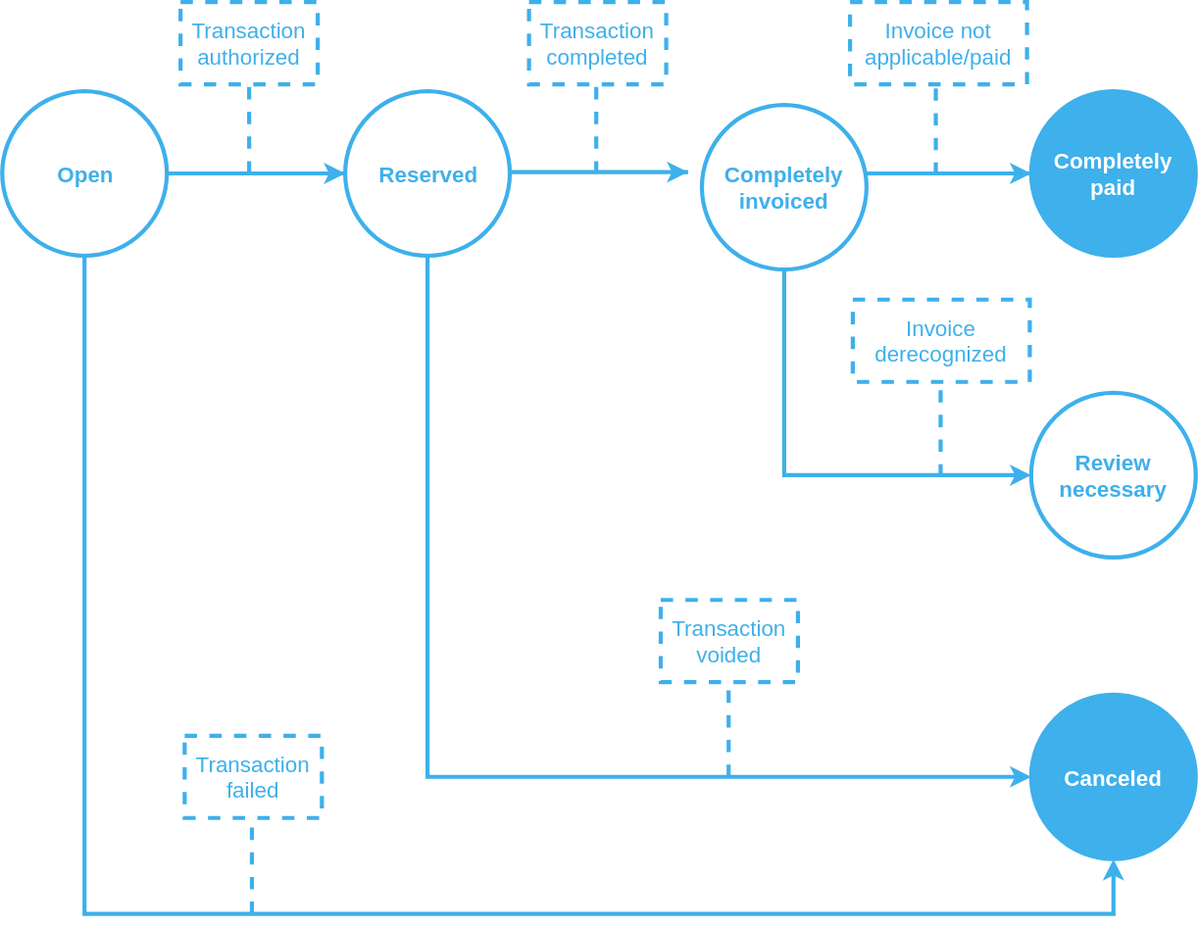
Before: docs/en/resource/state_graph_payment_state.svg, a diagram exported from draw.io (wallee-payment/shopware-5-composer). Source tidied: cells renumbered, new cells last; positions are measured from the earlier drawing's top-left corner, leaving out a move shared by most shapes.
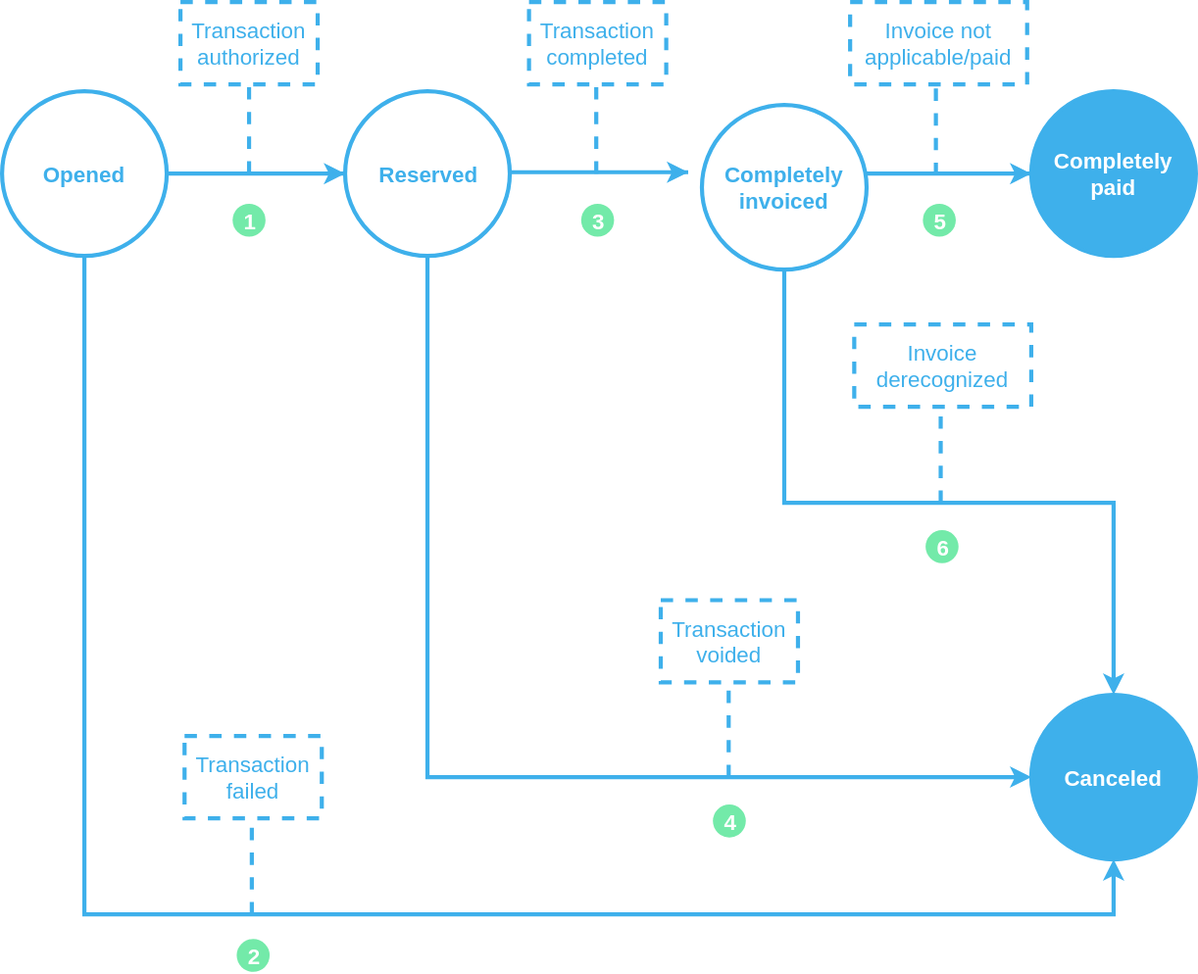
After the commit.

Change to the diagram source:
```diff
@@ -1,4 +1,4 @@
-<mxGraphModel background="#ffffff">
+<mxGraphModel>
   <root>
     <mxCell id="0" />
     <mxCell id="1" parent="0" />
@@ -11,12 +11,9 @@
     <mxCell id="4" value="Completely paid&lt;br style=&quot;font-size: 16px&quot;&gt;" style="ellipse;whiteSpace=wrap;html=1;fillColor=#3EB0EB;fontSize=16;align=center;strokeColor=#3eb0eb;strokeWidth=3;fontColor=#FFFFFF;fontStyle=1;" parent="1" vertex="1">
       <mxGeometry x="750" y="65" width="120" height="120" as="geometry" />
     </mxCell>
-    <mxCell id="5" value="Open&lt;br style=&quot;font-size: 16px&quot;&gt;" style="ellipse;whiteSpace=wrap;html=1;fillColor=#ffffff;fontSize=16;align=center;strokeColor=#3eb0eb;strokeWidth=3;fontColor=#3EB0EB;fontStyle=1;" parent="1" vertex="1">
+    <mxCell id="5" value="Opened&lt;br style=&quot;font-size: 16px&quot;&gt;" style="ellipse;whiteSpace=wrap;html=1;fillColor=#ffffff;fontSize=16;align=center;strokeColor=#3eb0eb;strokeWidth=3;fontColor=#3EB0EB;fontStyle=1;" parent="1" vertex="1">
       <mxGeometry y="65" width="120" height="120" as="geometry" />
     </mxCell>
-    <mxCell id="6" value="Review necessary&lt;br style=&quot;font-size: 16px&quot;&gt;" style="ellipse;whiteSpace=wrap;html=1;fillColor=#ffffff;fontSize=16;align=center;strokeColor=#3eb0eb;strokeWidth=3;fontColor=#3EB0EB;fontStyle=1;" parent="1" vertex="1">
-      <mxGeometry x="750" y="285" width="120" height="120" as="geometry" />
-    </mxCell>
     <mxCell id="7" style="rounded=0;comic=0;html=1;startArrow=none;startFill=0;endArrow=classic;endFill=1;jettySize=auto;orthogonalLoop=1;strokeColor=#3EB0EB;strokeWidth=3;fontSize=16;fontColor=#3EB0EB;entryX=0;entryY=0.5;" parent="1" edge="1">
       <mxGeometry relative="1" as="geometry">
         <mxPoint x="500" y="124" as="sourcePoint" />
@@ -74,21 +71,22 @@
     <mxCell id="16" value="Completely invoiced&lt;br style=&quot;font-size: 16px&quot;&gt;" style="ellipse;whiteSpace=wrap;html=1;fillColor=#ffffff;fontSize=16;align=center;strokeColor=#3eb0eb;strokeWidth=3;fontColor=#3EB0EB;fontStyle=1;" parent="1" vertex="1">
       <mxGeometry x="510" y="75" width="120" height="120" as="geometry" />
     </mxCell>
-    <mxCell id="17" style="rounded=0;comic=0;html=1;startArrow=none;startFill=0;endArrow=classic;endFill=1;jettySize=auto;strokeColor=#3EB0EB;strokeWidth=3;fontSize=16;fontColor=#3EB0EB;entryX=0;entryY=0.5;exitX=0.5;exitY=1;" parent="1" edge="1" source="16" target="6">
+    <mxCell id="17" style="rounded=0;comic=0;html=1;startArrow=none;startFill=0;endArrow=classic;endFill=1;jettySize=auto;strokeColor=#3EB0EB;strokeWidth=3;fontSize=16;fontColor=#3EB0EB;exitX=0.5;exitY=1;" parent="1" edge="1" source="16" target="3">
       <mxGeometry relative="1" as="geometry">
         <Array as="points">
           <mxPoint x="570" y="195" />
-          <mxPoint x="570" y="345" />
+          <mxPoint x="570" y="365" />
+          <mxPoint x="810" y="365" />
         </Array>
       </mxGeometry>
     </mxCell>
     <mxCell id="18" value="&lt;font color=&quot;#3eb0eb&quot;&gt;Invoice derecognized&lt;/font&gt;" style="rounded=0;whiteSpace=wrap;html=1;strokeColor=#3EB0EB;strokeWidth=3;fillColor=#ffffff;fontSize=16;fontColor=#FFFFFF;align=center;dashed=1;" parent="1" vertex="1">
-      <mxGeometry x="620" y="217" width="129" height="60" as="geometry" />
+      <mxGeometry x="621" y="235" width="129" height="60" as="geometry" />
     </mxCell>
     <mxCell id="19" style="endArrow=none;dashed=1;html=1;strokeColor=#3EB0EB;strokeWidth=3;fontSize=16;fontColor=#FFFFFF;" parent="1" edge="1">
       <mxGeometry relative="1" as="geometry">
-        <mxPoint x="684" y="346" as="sourcePoint" />
-        <mxPoint x="684" y="276" as="targetPoint" />
+        <mxPoint x="684" y="365" as="sourcePoint" />
+        <mxPoint x="684" y="295" as="targetPoint" />
       </mxGeometry>
     </mxCell>
     <mxCell id="20" style="rounded=0;comic=0;html=1;startArrow=none;startFill=0;endArrow=classic;endFill=1;jettySize=auto;strokeColor=#3EB0EB;strokeWidth=3;fontSize=16;fontColor=#3EB0EB;exitX=0.5;exitY=1;entryX=0.5;entryY=1;" parent="1" edge="1" target="3">
@@ -129,5 +127,23 @@
         <mxPoint x="529.5" y="495" as="targetPoint" />
       </mxGeometry>
     </mxCell>
+    <mxCell id="26" value="1&lt;br style=&quot;font-size: 16px&quot;&gt;" style="ellipse;whiteSpace=wrap;html=1;fillColor=#73EAA9;fontSize=16;align=center;strokeColor=none;strokeWidth=3;fontColor=#FFFFFF;fontStyle=1;" parent="1" vertex="1">
+      <mxGeometry x="168" y="147" width="24" height="24" as="geometry" />
+    </mxCell>
+    <mxCell id="27" value="2&lt;br style=&quot;font-size: 16px&quot;&gt;" style="ellipse;whiteSpace=wrap;html=1;fillColor=#73EAA9;fontSize=16;align=center;strokeColor=none;strokeWidth=3;fontColor=#FFFFFF;fontStyle=1;" parent="1" vertex="1">
+      <mxGeometry x="171" y="683" width="24" height="24" as="geometry" />
+    </mxCell>
+    <mxCell id="28" value="3&lt;br style=&quot;font-size: 16px&quot;&gt;" style="ellipse;whiteSpace=wrap;html=1;fillColor=#73EAA9;fontSize=16;align=center;strokeColor=none;strokeWidth=3;fontColor=#FFFFFF;fontStyle=1;" parent="1" vertex="1">
+      <mxGeometry x="422" y="147" width="24" height="24" as="geometry" />
+    </mxCell>
+    <mxCell id="29" value="4&lt;br style=&quot;font-size: 16px&quot;&gt;" style="ellipse;whiteSpace=wrap;html=1;fillColor=#73EAA9;fontSize=16;align=center;strokeColor=none;strokeWidth=3;fontColor=#FFFFFF;fontStyle=1;" parent="1" vertex="1">
+      <mxGeometry x="518" y="585" width="24" height="24" as="geometry" />
+    </mxCell>
+    <mxCell id="30" value="5&lt;br style=&quot;font-size: 16px&quot;&gt;" style="ellipse;whiteSpace=wrap;html=1;fillColor=#73EAA9;fontSize=16;align=center;strokeColor=none;strokeWidth=3;fontColor=#FFFFFF;fontStyle=1;" parent="1" vertex="1">
+      <mxGeometry x="670.5" y="147" width="24" height="24" as="geometry" />
+    </mxCell>
+    <mxCell id="31" value="6&lt;br style=&quot;font-size: 16px&quot;&gt;" style="ellipse;whiteSpace=wrap;html=1;fillColor=#73EAA9;fontSize=16;align=center;strokeColor=none;strokeWidth=3;fontColor=#FFFFFF;fontStyle=1;" parent="1" vertex="1">
+      <mxGeometry x="672.5" y="385" width="24" height="24" as="geometry" />
+    </mxCell>
   </root>
 </mxGraphModel>
```
